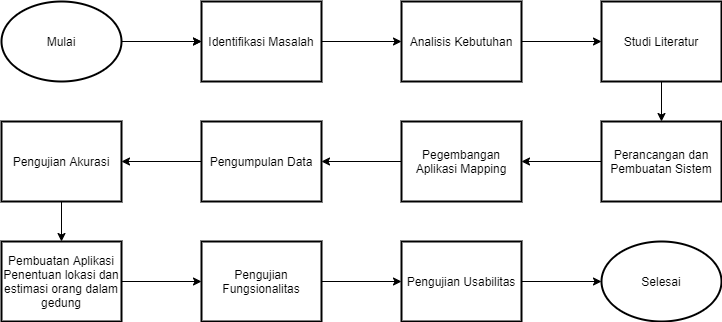
Earlier version of the draw.io export gambar/metodepenelitian.drawio.png (lizamaiyuni/Latexproposal). Source tidied: cells renumbered, new cells last; positions are measured from the earlier drawing's top-left corner, leaving out a move shared by most shapes. The source it was exported from:
```xml
<mxGraphModel>
  <root>
    <mxCell id="0" />
    <mxCell id="1" parent="0" />
    <mxCell id="2" style="edgeStyle=orthogonalEdgeStyle;rounded=0;jettySize=auto;html=1;" parent="1" edge="1" source="4" target="6">
      <mxGeometry relative="1" as="geometry" />
    </mxCell>
    <mxCell id="3" style="edgeStyle=orthogonalEdgeStyle;rounded=0;jettySize=auto;html=1;" parent="1" edge="1" source="4" target="6">
      <mxGeometry relative="1" as="geometry" />
    </mxCell>
    <mxCell id="4" value="Mulai" style="ellipse;whiteSpace=wrap;html=1;strokeWidth=2;" parent="1" vertex="1">
      <mxGeometry width="120" height="80" as="geometry" />
    </mxCell>
    <mxCell id="5" style="edgeStyle=orthogonalEdgeStyle;rounded=0;jettySize=auto;html=1;" parent="1" edge="1" source="6" target="8">
      <mxGeometry relative="1" as="geometry" />
    </mxCell>
    <mxCell id="6" value="Identifikasi Masalah" style="rounded=0;whiteSpace=wrap;html=1;strokeWidth=2;" parent="1" vertex="1">
      <mxGeometry x="200" width="120" height="80" as="geometry" />
    </mxCell>
    <mxCell id="7" style="edgeStyle=orthogonalEdgeStyle;rounded=0;jettySize=auto;html=1;" parent="1" edge="1" source="8" target="10">
      <mxGeometry relative="1" as="geometry" />
    </mxCell>
    <mxCell id="8" value="Analisis Kebutuhan" style="rounded=0;whiteSpace=wrap;html=1;strokeWidth=2;" parent="1" vertex="1">
      <mxGeometry x="400" width="120" height="80" as="geometry" />
    </mxCell>
    <mxCell id="9" style="edgeStyle=orthogonalEdgeStyle;rounded=0;jettySize=auto;html=1;" parent="1" edge="1" source="10" target="12">
      <mxGeometry relative="1" as="geometry" />
    </mxCell>
    <mxCell id="10" value="Studi Literatur" style="rounded=0;whiteSpace=wrap;html=1;strokeWidth=2;" parent="1" vertex="1">
      <mxGeometry x="600" width="120" height="80" as="geometry" />
    </mxCell>
    <mxCell id="11" style="edgeStyle=orthogonalEdgeStyle;rounded=0;jettySize=auto;html=1;" parent="1" edge="1" source="12" target="14">
      <mxGeometry relative="1" as="geometry" />
    </mxCell>
    <mxCell id="12" value="Perancangan dan Pembuatan Sistem" style="rounded=0;whiteSpace=wrap;html=1;strokeWidth=2;" parent="1" vertex="1">
      <mxGeometry x="600" y="120" width="120" height="80" as="geometry" />
    </mxCell>
    <mxCell id="13" style="edgeStyle=orthogonalEdgeStyle;rounded=0;jettySize=auto;html=1;" parent="1" edge="1" source="14" target="16">
      <mxGeometry relative="1" as="geometry" />
    </mxCell>
    <mxCell id="14" value="Pegembangan Aplikasi Mapping" style="rounded=0;whiteSpace=wrap;html=1;strokeWidth=2;" parent="1" vertex="1">
      <mxGeometry x="400" y="120" width="120" height="80" as="geometry" />
    </mxCell>
    <mxCell id="15" style="edgeStyle=orthogonalEdgeStyle;rounded=0;jettySize=auto;html=1;" parent="1" edge="1" source="16" target="18">
      <mxGeometry relative="1" as="geometry" />
    </mxCell>
    <mxCell id="16" value="Pengumpulan Data" style="rounded=0;whiteSpace=wrap;html=1;strokeWidth=2;" parent="1" vertex="1">
      <mxGeometry x="200" y="120" width="120" height="80" as="geometry" />
    </mxCell>
    <mxCell id="17" style="edgeStyle=orthogonalEdgeStyle;rounded=0;jettySize=auto;html=1;" parent="1" edge="1" source="18" target="20">
      <mxGeometry relative="1" as="geometry" />
    </mxCell>
    <mxCell id="18" value="Pengujian Akurasi" style="rounded=0;whiteSpace=wrap;html=1;strokeWidth=2;" parent="1" vertex="1">
      <mxGeometry y="120" width="120" height="80" as="geometry" />
    </mxCell>
    <mxCell id="19" style="edgeStyle=orthogonalEdgeStyle;rounded=0;jettySize=auto;html=1;" parent="1" edge="1" source="20" target="22">
      <mxGeometry relative="1" as="geometry" />
    </mxCell>
    <mxCell id="20" value="Pembuatan Aplikasi Penentuan lokasi dan estimasi orang dalam gedung" style="rounded=0;whiteSpace=wrap;html=1;strokeWidth=2;" parent="1" vertex="1">
      <mxGeometry y="240" width="120" height="80" as="geometry" />
    </mxCell>
    <mxCell id="21" style="edgeStyle=orthogonalEdgeStyle;rounded=0;jettySize=auto;html=1;" parent="1" edge="1" source="22" target="24">
      <mxGeometry relative="1" as="geometry" />
    </mxCell>
    <mxCell id="22" value="Pengujian Fungsionalitas" style="rounded=0;whiteSpace=wrap;html=1;strokeWidth=2;" parent="1" vertex="1">
      <mxGeometry x="200" y="240" width="120" height="80" as="geometry" />
    </mxCell>
    <mxCell id="23" style="edgeStyle=orthogonalEdgeStyle;rounded=0;jettySize=auto;html=1;" parent="1" edge="1" source="24" target="25">
      <mxGeometry relative="1" as="geometry" />
    </mxCell>
    <mxCell id="24" value="Pengujian Usabilitas" style="rounded=0;whiteSpace=wrap;html=1;strokeWidth=2;" parent="1" vertex="1">
      <mxGeometry x="400" y="240" width="120" height="80" as="geometry" />
    </mxCell>
    <mxCell id="25" value="Selesai" style="ellipse;whiteSpace=wrap;html=1;strokeWidth=2;" parent="1" vertex="1">
      <mxGeometry x="600" y="240" width="120" height="80" as="geometry" />
    </mxCell>
  </root>
</mxGraphModel>
```
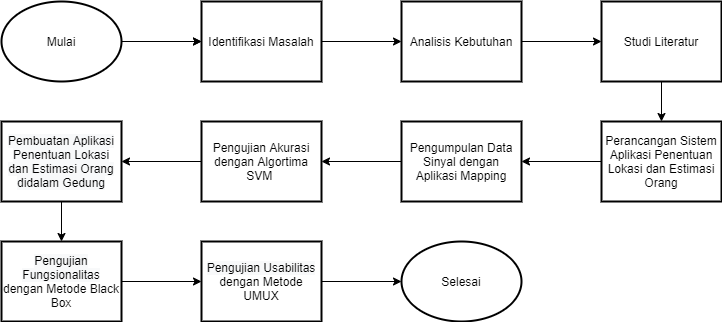
Later version of the same file.

The edit, as a diff of the source:
```diff
@@ -32,47 +32,43 @@
     <mxCell id="11" style="edgeStyle=orthogonalEdgeStyle;rounded=0;jettySize=auto;html=1;" parent="1" edge="1" source="12" target="14">
       <mxGeometry relative="1" as="geometry" />
     </mxCell>
-    <mxCell id="12" value="Perancangan dan Pembuatan Sistem" style="rounded=0;whiteSpace=wrap;html=1;strokeWidth=2;" parent="1" vertex="1">
+    <mxCell id="12" value="Perancangan Sistem Aplikasi Penentuan Lokasi dan Estimasi Orang" style="rounded=0;whiteSpace=wrap;html=1;strokeWidth=2;" parent="1" vertex="1">
       <mxGeometry x="600" y="120" width="120" height="80" as="geometry" />
     </mxCell>
     <mxCell id="13" style="edgeStyle=orthogonalEdgeStyle;rounded=0;jettySize=auto;html=1;" parent="1" edge="1" source="14" target="16">
       <mxGeometry relative="1" as="geometry" />
     </mxCell>
-    <mxCell id="14" value="Pegembangan Aplikasi Mapping" style="rounded=0;whiteSpace=wrap;html=1;strokeWidth=2;" parent="1" vertex="1">
+    <mxCell id="14" value="&lt;font style=&quot;font-size: 12px&quot;&gt;Pengumpulan Data Sinyal dengan Aplikasi Mapping&lt;/font&gt;" style="rounded=0;whiteSpace=wrap;html=1;strokeWidth=2;" parent="1" vertex="1">
       <mxGeometry x="400" y="120" width="120" height="80" as="geometry" />
     </mxCell>
     <mxCell id="15" style="edgeStyle=orthogonalEdgeStyle;rounded=0;jettySize=auto;html=1;" parent="1" edge="1" source="16" target="18">
       <mxGeometry relative="1" as="geometry" />
     </mxCell>
-    <mxCell id="16" value="Pengumpulan Data" style="rounded=0;whiteSpace=wrap;html=1;strokeWidth=2;" parent="1" vertex="1">
+    <mxCell id="16" value="Pengujian Akurasi dengan Algortima SVM&amp;nbsp;" style="rounded=0;whiteSpace=wrap;html=1;strokeWidth=2;" parent="1" vertex="1">
       <mxGeometry x="200" y="120" width="120" height="80" as="geometry" />
     </mxCell>
     <mxCell id="17" style="edgeStyle=orthogonalEdgeStyle;rounded=0;jettySize=auto;html=1;" parent="1" edge="1" source="18" target="20">
       <mxGeometry relative="1" as="geometry" />
     </mxCell>
-    <mxCell id="18" value="Pengujian Akurasi" style="rounded=0;whiteSpace=wrap;html=1;strokeWidth=2;" parent="1" vertex="1">
+    <mxCell id="18" value="&lt;span style=&quot;color: rgb(0 , 0 , 0) ; font-family: &amp;#34;helvetica&amp;#34; ; font-size: 12px ; font-style: normal ; font-weight: 400 ; letter-spacing: normal ; text-align: center ; text-indent: 0px ; text-transform: none ; word-spacing: 0px ; background-color: rgb(248 , 249 , 250) ; display: inline ; float: none&quot;&gt;Pembuatan Aplikasi Penentuan Lokasi dan Estimasi Orang didalam Gedung&lt;/span&gt;&lt;br&gt;" style="rounded=0;whiteSpace=wrap;html=1;strokeWidth=2;" parent="1" vertex="1">
       <mxGeometry y="120" width="120" height="80" as="geometry" />
     </mxCell>
     <mxCell id="19" style="edgeStyle=orthogonalEdgeStyle;rounded=0;jettySize=auto;html=1;" parent="1" edge="1" source="20" target="22">
       <mxGeometry relative="1" as="geometry" />
     </mxCell>
-    <mxCell id="20" value="Pembuatan Aplikasi Penentuan lokasi dan estimasi orang dalam gedung" style="rounded=0;whiteSpace=wrap;html=1;strokeWidth=2;" parent="1" vertex="1">
+    <mxCell id="20" value="&lt;span style=&quot;color: rgb(0 , 0 , 0) ; font-family: &amp;#34;helvetica&amp;#34; ; font-size: 12px ; font-style: normal ; font-weight: 400 ; letter-spacing: normal ; text-align: center ; text-indent: 0px ; text-transform: none ; word-spacing: 0px ; background-color: rgb(248 , 249 , 250) ; display: inline ; float: none&quot;&gt;Pengujian Fungsionalitas&lt;/span&gt;&lt;br&gt;dengan Metode Black Box" style="rounded=0;whiteSpace=wrap;html=1;strokeWidth=2;" parent="1" vertex="1">
       <mxGeometry y="240" width="120" height="80" as="geometry" />
     </mxCell>
-    <mxCell id="21" style="edgeStyle=orthogonalEdgeStyle;rounded=0;jettySize=auto;html=1;" parent="1" edge="1" source="22" target="24">
-      <mxGeometry relative="1" as="geometry" />
+    <mxCell id="21" style="edgeStyle=orthogonalEdgeStyle;rounded=0;jettySize=auto;html=1;" parent="1" edge="1" source="22">
+      <mxGeometry relative="1" as="geometry">
+        <mxPoint x="400" y="280" as="targetPoint" />
+      </mxGeometry>
     </mxCell>
-    <mxCell id="22" value="Pengujian Fungsionalitas" style="rounded=0;whiteSpace=wrap;html=1;strokeWidth=2;" parent="1" vertex="1">
+    <mxCell id="22" value="&lt;span style=&quot;color: rgb(0 , 0 , 0) ; font-family: &amp;#34;helvetica&amp;#34; ; font-size: 12px ; font-style: normal ; font-weight: 400 ; letter-spacing: normal ; text-align: center ; text-indent: 0px ; text-transform: none ; word-spacing: 0px ; background-color: rgb(248 , 249 , 250) ; display: inline ; float: none&quot;&gt;Pengujian Usabilitas&lt;/span&gt;&lt;br&gt;dengan Metode UMUX" style="rounded=0;whiteSpace=wrap;html=1;strokeWidth=2;" parent="1" vertex="1">
       <mxGeometry x="200" y="240" width="120" height="80" as="geometry" />
     </mxCell>
-    <mxCell id="23" style="edgeStyle=orthogonalEdgeStyle;rounded=0;jettySize=auto;html=1;" parent="1" edge="1" source="24" target="25">
-      <mxGeometry relative="1" as="geometry" />
-    </mxCell>
-    <mxCell id="24" value="Pengujian Usabilitas" style="rounded=0;whiteSpace=wrap;html=1;strokeWidth=2;" parent="1" vertex="1">
-      <mxGeometry x="400" y="240" width="120" height="80" as="geometry" />
-    </mxCell>
     <mxCell id="25" value="Selesai" style="ellipse;whiteSpace=wrap;html=1;strokeWidth=2;" parent="1" vertex="1">
-      <mxGeometry x="600" y="240" width="120" height="80" as="geometry" />
+      <mxGeometry x="400" y="240" width="120" height="80" as="geometry" />
     </mxCell>
   </root>
 </mxGraphModel>
```
